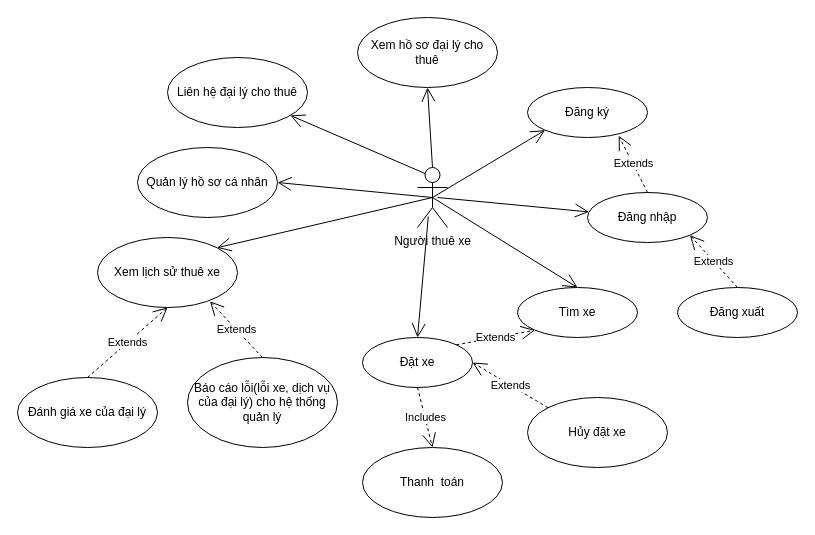
Above: page "Page-2" (2 of 7) of use-case.drawio in xuanthangsn/bicycle-rental-service (draw.io), before the change. Source tidied: cells renumbered, new cells numbered last; positions are measured from the earlier drawing's top-left corner, leaving out a move shared by most shapes. Both pictures are drawn from the tidied source at 100%, with x=0, y=0 at pixel (17, 17).
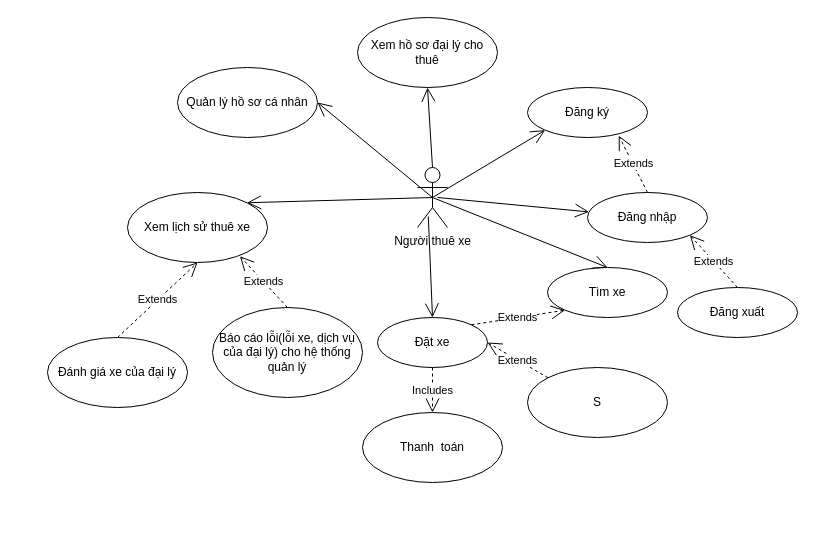
The same diagram, later.

The change refers to these unchanged cells:
```xml
<mxCell id="2" value="Người thuê xe" style="shape=umlActor;verticalLabelPosition=bottom;verticalAlign=top;html=1;" parent="1" vertex="1">
  <mxGeometry x="400" y="150" width="30" height="60" as="geometry" />
</mxCell>
```

What changed in the source:
```diff
@@
     <mxCell id="5" value="Tìm xe" style="ellipse;whiteSpace=wrap;html=1;" parent="1" vertex="1">
-      <mxGeometry x="500" y="270" width="120" height="50" as="geometry" />
+      <mxGeometry x="530" y="250" width="120" height="50" as="geometry" />
     </mxCell>
     <mxCell id="6" value="Quản lý hồ sơ cá nhân" style="ellipse;whiteSpace=wrap;html=1;" parent="1" vertex="1">
-      <mxGeometry x="120" y="130" width="140" height="70" as="geometry" />
+      <mxGeometry x="160" y="50" width="140" height="70" as="geometry" />
     </mxCell>
     <mxCell id="7" value="Xem lịch sử thuê xe" style="ellipse;whiteSpace=wrap;html=1;" parent="1" vertex="1">
-      <mxGeometry x="80" y="220" width="140" height="70" as="geometry" />
+      <mxGeometry x="110" y="175" width="140" height="70" as="geometry" />
     </mxCell>
     <mxCell id="8" value="Đặt xe" style="ellipse;whiteSpace=wrap;html=1;" parent="1" vertex="1">
-      <mxGeometry x="345" y="320" width="110" height="50" as="geometry" />
+      <mxGeometry x="360" y="300" width="110" height="50" as="geometry" />
     </mxCell>
-    <mxCell id="9" value="Liên hệ đại lý cho thuê" style="ellipse;whiteSpace=wrap;html=1;" parent="1" vertex="1">
-      <mxGeometry x="150" y="40" width="140" height="70" as="geometry" />
-    </mxCell>
     <mxCell id="10" value="Báo cáo lỗi(lỗi xe, dịch vụ của đại lý) cho hệ thống quản lý" style="ellipse;whiteSpace=wrap;html=1;" parent="1" vertex="1">
-      <mxGeometry x="170" y="340" width="150" height="90" as="geometry" />
+      <mxGeometry x="195" y="290" width="150" height="90" as="geometry" />
     </mxCell>
     <mxCell id="11" value="Đánh giá xe của đại lý" style="ellipse;whiteSpace=wrap;html=1;" parent="1" vertex="1">
-      <mxGeometry y="360" width="140" height="70" as="geometry" />
+      <mxGeometry x="30" y="320" width="140" height="70" as="geometry" />
     </mxCell>
-    <mxCell id="12" value="Hủy đặt xe" style="ellipse;whiteSpace=wrap;html=1;" parent="1" vertex="1">
-      <mxGeometry x="510" y="380" width="140" height="70" as="geometry" />
+    <mxCell id="12" value="S" style="ellipse;whiteSpace=wrap;html=1;" parent="1" vertex="1">
+      <mxGeometry x="510" y="350" width="140" height="70" as="geometry" />
     </mxCell>
@@
-    <mxCell id="15" style="endArrow=open;endFill=1;endSize=12;html=1;rounded=0;exitX=0.25;exitY=0.1;exitDx=0;exitDy=0;exitPerimeter=0;" parent="1" edge="1" source="2" target="9">
-      <mxGeometry relative="1" as="geometry" />
-    </mxCell>
@@
     <mxCell id="20" value="Thanh&amp;nbsp; toán" style="ellipse;whiteSpace=wrap;html=1;" parent="1" vertex="1">
-      <mxGeometry x="345" y="430" width="140" height="70" as="geometry" />
+      <mxGeometry x="345" y="395" width="140" height="70" as="geometry" />
     </mxCell>
```
